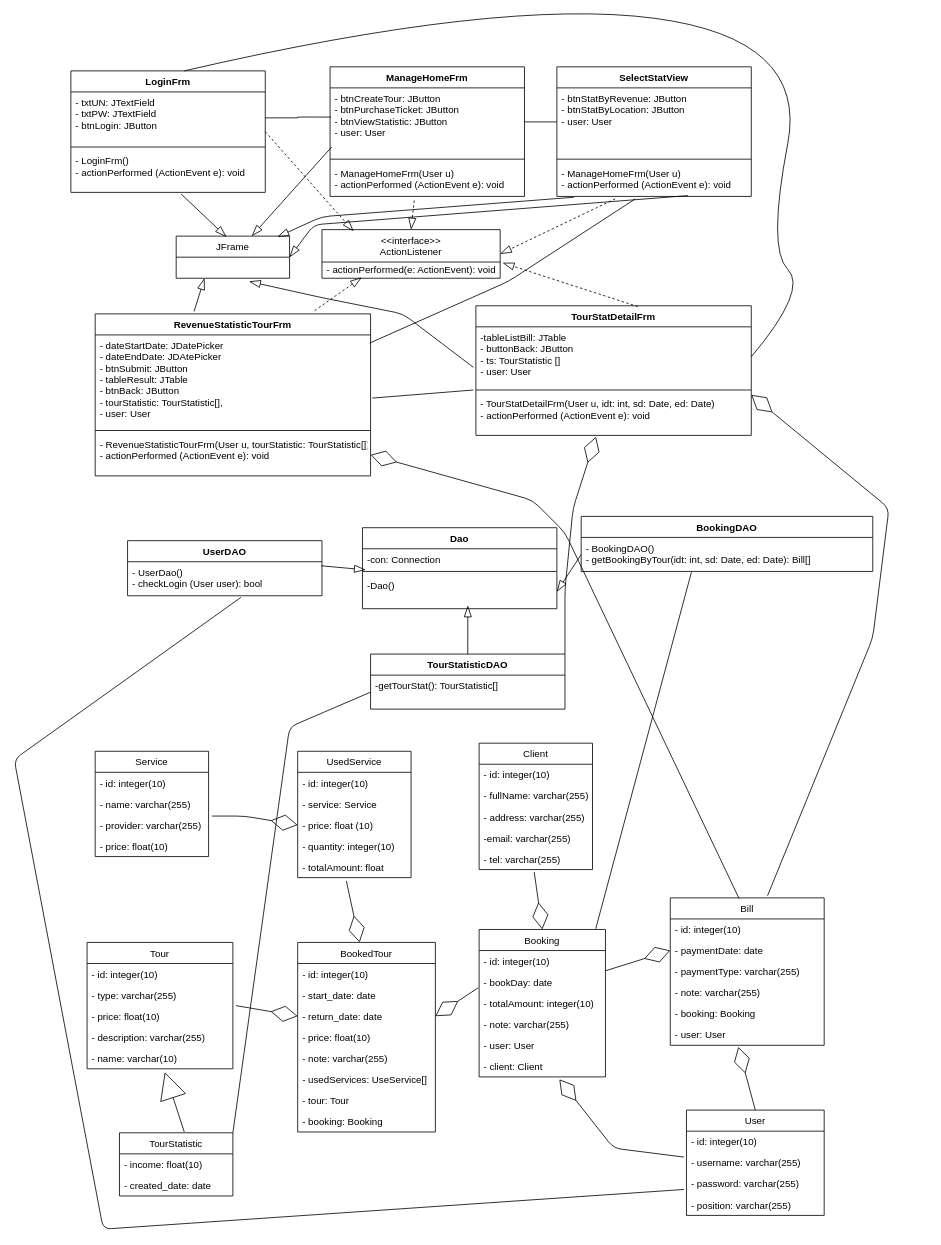
thanhlongtld/classical_software_engineering keeps this draw.io diagram as design_class_entity2.drawio. Above is the earlier version. Source tidied: cells renumbered, new cells numbered last; positions are measured from the earlier drawing's top-left corner, leaving out a move shared by most shapes. Both pictures are drawn from the tidied source at 81%, with x=0, y=0 at pixel (14, -2).
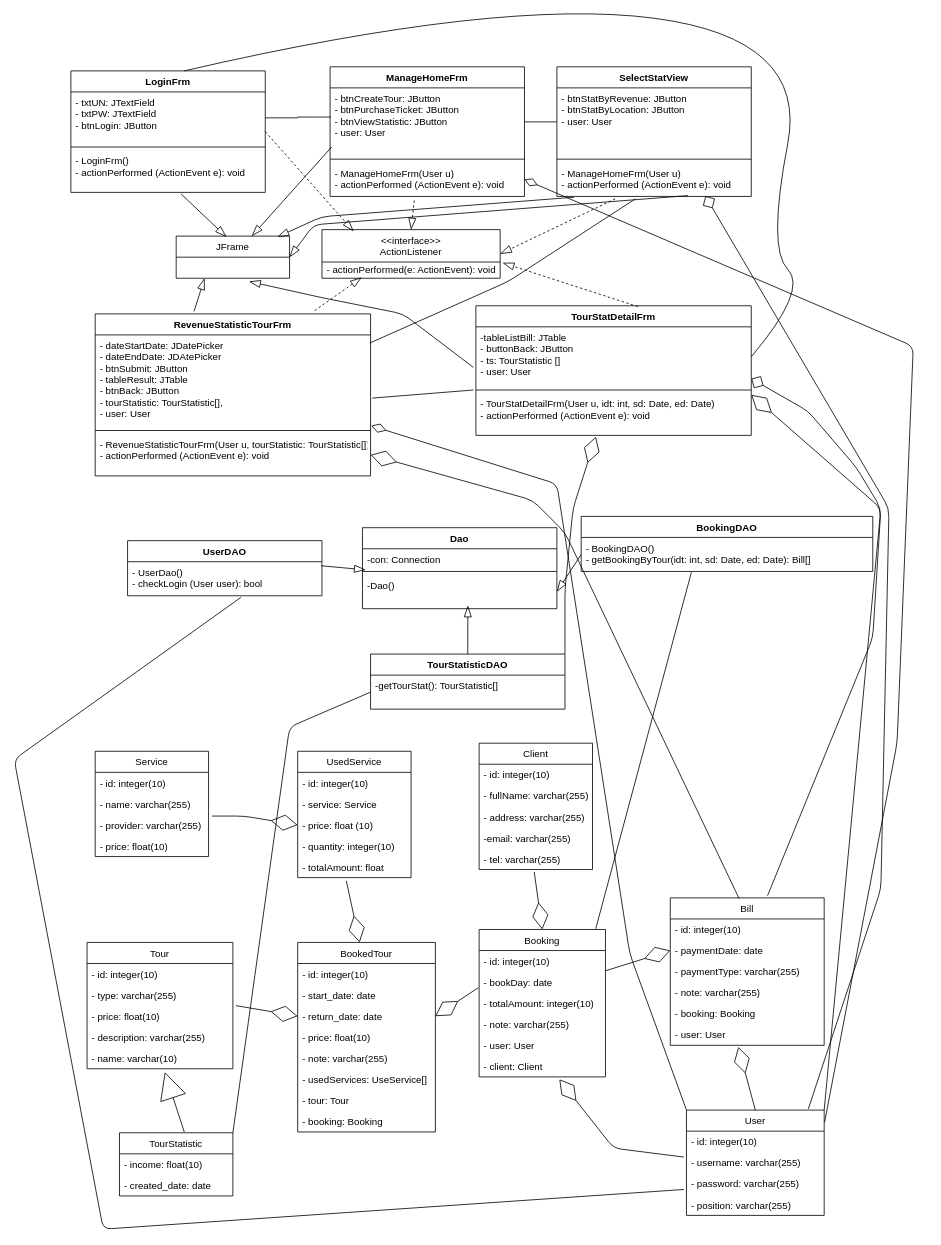
After the change.

The change refers to these unchanged cells:
```xml
<mxCell id="9" value="- ManageHomeFrm(User u)&#10;- actionPerformed (ActionEvent e): void&#10;" style="text;strokeColor=none;fillColor=none;align=left;verticalAlign=top;spacingLeft=4;spacingRight=4;overflow=hidden;points=[[0,0.5],[1,0.5]];portConstraint=eastwest;" parent="6" vertex="1">
  <mxGeometry y="118" width="240" height="42" as="geometry" />
</mxCell>
<mxCell id="16" value="- ManageHomeFrm(User u)&#10;- actionPerformed (ActionEvent e): void&#10;" style="text;strokeColor=none;fillColor=none;align=left;verticalAlign=top;spacingLeft=4;spacingRight=4;overflow=hidden;points=[[0,0.5],[1,0.5]];portConstraint=eastwest;" parent="13" vertex="1">
  <mxGeometry y="118" width="240" height="42" as="geometry" />
</mxCell>
<mxCell id="18" value="-tableListBill: JTable&#10;- buttonBack: JButton&#10;- ts: TourStatistic []&#10;- user: User" style="text;strokeColor=none;fillColor=none;align=left;verticalAlign=top;spacingLeft=4;spacingRight=4;overflow=hidden;points=[[0,0.5],[1,0.5]];portConstraint=eastwest;" parent="17" vertex="1">
  <mxGeometry y="26" width="340" height="74" as="geometry" />
</mxCell>
<mxCell id="22" value="- dateStartDate: JDatePicker&#10;- dateEndDate: JDAtePicker&#10;- btnSubmit: JButton&#10;- tableResult: JTable&#10;- btnBack: JButton&#10;- tourStatistic: TourStatistic[],&#10;- user: User" style="text;strokeColor=none;fillColor=none;align=left;verticalAlign=top;spacingLeft=4;spacingRight=4;overflow=hidden;points=[[0,0.5],[1,0.5]];portConstraint=eastwest;" parent="21" vertex="1">
  <mxGeometry y="26" width="340" height="114" as="geometry" />
</mxCell>
<mxCell id="73" value="Bill" style="swimlane;fontStyle=0;horizontal=1;startSize=26;fillColor=none;" parent="1" vertex="1">
  <mxGeometry x="810" y="1111" width="190" height="182" as="geometry" />
</mxCell>
<mxCell id="92" value="User" style="swimlane;fontStyle=0;horizontal=1;startSize=26;fillColor=none;" parent="1" vertex="1">
  <mxGeometry x="830" y="1373" width="170" height="130" as="geometry" />
</mxCell>
```

Diff of the diagram source:
```diff
@@
     <mxCell id="121" style="endArrow=diamondThin;html=1;exitX=0.632;exitY=-0.015;exitDx=0;exitDy=0;exitPerimeter=0;entryX=1;entryY=0.5;entryDx=0;entryDy=0;endFill=0;endSize=31;" parent="1" edge="1" source="73">
       <mxGeometry relative="1" as="geometry">
         <mxPoint x="910" y="490" as="targetPoint" />
         <Array as="points">
           <mxPoint x="1060" y="790" />
-          <mxPoint x="1080" y="630" />
+          <mxPoint x="1070" y="630" />
         </Array>
       </mxGeometry>
     </mxCell>
@@
+    <mxCell id="123" style="endArrow=diamondThin;html=1;endSize=17;strokeWidth=1;exitX=0;exitY=0;exitDx=0;exitDy=0;entryX=1.002;entryY=0.983;entryDx=0;entryDy=0;entryPerimeter=0;endFill=0;startSize=13;" parent="1" edge="1" source="92" target="22">
+      <mxGeometry relative="1" as="geometry">
+        <Array as="points">
+          <mxPoint x="760" y="1180" />
+          <mxPoint x="670" y="600" />
+        </Array>
+      </mxGeometry>
+    </mxCell>
+    <mxCell id="124" style="endArrow=diamond;html=1;endSize=15;strokeWidth=1;exitX=1;exitY=0;exitDx=0;exitDy=0;endFill=0;entryX=1;entryY=0.865;entryDx=0;entryDy=0;entryPerimeter=0;" parent="1" edge="1" source="92" target="18">
+      <mxGeometry relative="1" as="geometry">
+        <Array as="points">
+          <mxPoint x="1070" y="630" />
+          <mxPoint x="1040" y="580" />
+          <mxPoint x="980" y="510" />
+        </Array>
+      </mxGeometry>
+    </mxCell>
+    <mxCell id="125" style="endArrow=diamond;html=1;startSize=13;endSize=15;strokeWidth=1;entryX=0.764;entryY=0.989;entryDx=0;entryDy=0;entryPerimeter=0;exitX=0.885;exitY=-0.011;exitDx=0;exitDy=0;exitPerimeter=0;endFill=0;" parent="1" edge="1" source="92" target="16">
+      <mxGeometry relative="1" as="geometry">
+        <Array as="points">
+          <mxPoint x="1070" y="1100" />
+          <mxPoint x="1080" y="630" />
+        </Array>
+      </mxGeometry>
+    </mxCell>
+    <mxCell id="126" style="endArrow=diamondThin;html=1;startSize=13;endSize=15;strokeWidth=1;exitX=1.003;exitY=0.116;exitDx=0;exitDy=0;exitPerimeter=0;entryX=1;entryY=0.5;entryDx=0;entryDy=0;endFill=0;" parent="1" edge="1" source="92" target="9">
+      <mxGeometry relative="1" as="geometry">
+        <Array as="points">
+          <mxPoint x="1090" y="920" />
+          <mxPoint x="1110" y="430" />
+        </Array>
+      </mxGeometry>
+    </mxCell>
```
